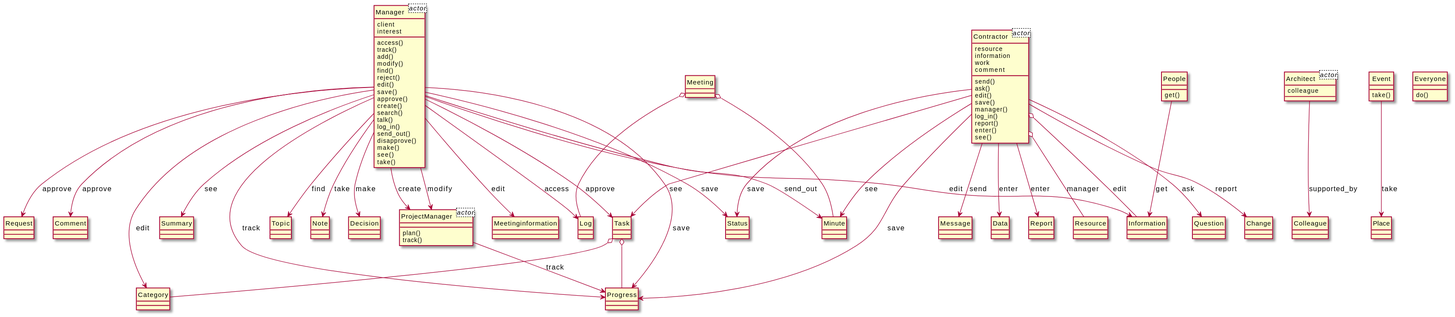
xixixhalu/DomainModelExtractor keeps this PlantUML diagram as output/diagram_5/2015-USC-Project06.svg. Above is the earlier version.
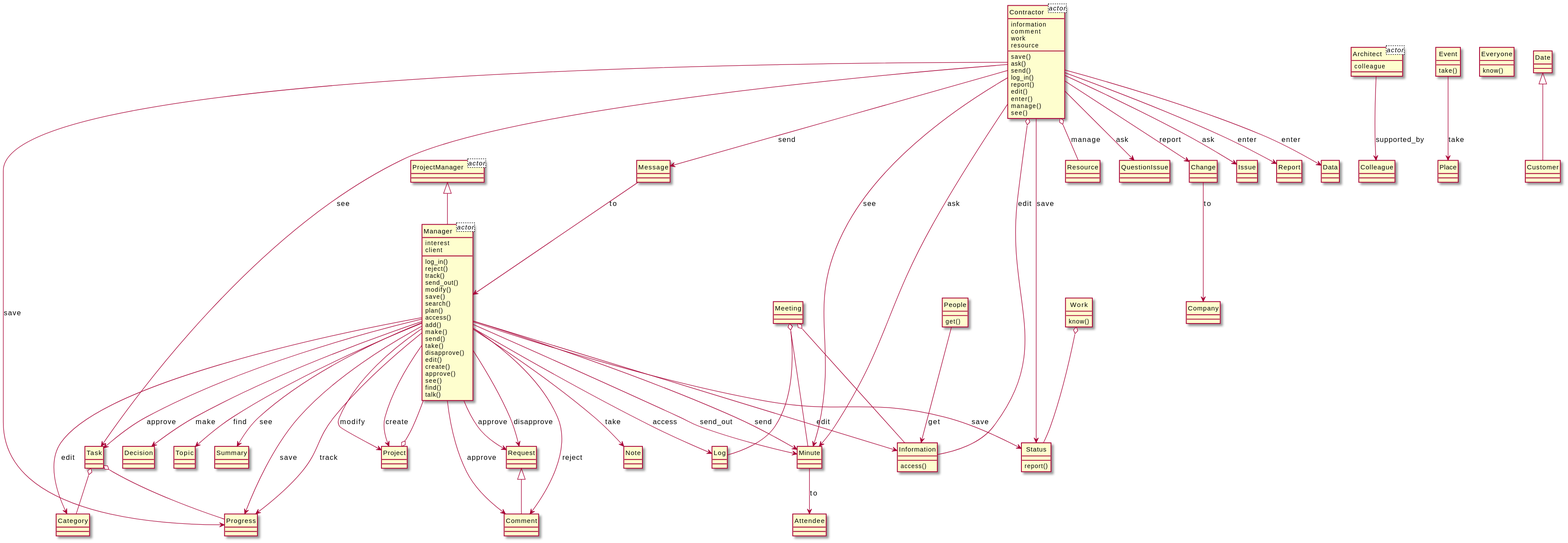
The same file after the commit.

The edit, as a diff of the source:
```diff
@@ -1,14 +1,14 @@
 @startuml
 hide circle
 class Manager<actor> {
+	interest
 	client
-	interest
 }
 class Contractor<actor> {
+	information
+	comment
+	work
 	resource
-	information
-	work
-	comment
 }
 class Architect<actor> {
 	colleague
@@ -21,58 +21,61 @@
 }
 class Log {
 }
+class Contractor {
+	save()
+	ask()
+	send()
+	log_in()
+	report()
+	edit()
+	enter()
+	manage()
+	see()
+}
 class Minute {
 }
-class Contractor {
+class Manager {
+	log_in()
+	reject()
+	track()
+	send_out()
+	modify()
+	save()
+	search()
+	plan()
+	access()
+	add()
+	make()
 	send()
-	ask()
+	take()
+	disapprove()
 	edit()
-	save()
-	manager()
-	log_in()
-	report()
-	enter()
+	create()
+	approve()
 	see()
+	find()
+	talk()
 }
-class Report {
+class Project {
 }
-class Manager {
+class People {
+	get()
+}
+class Information {
 	access()
-	track()
-	add()
-	modify()
-	find()
-	reject()
-	edit()
-	save()
-	approve()
-	create()
-	search()
-	talk()
-	log_in()
-	send_out()
-	disapprove()
-	make()
-	see()
-	take()
-}
-class Summary {
-}
-class ProjectManager {
-	plan()
-	track()
 }
 class Progress {
 }
-class Resource {
-}
 class Task {
 }
-class Question {
+class Request {
 }
-class Topic {
+class Comment {
 }
 class Status {
+	report()
+}
+class Resource {
 }
 class Event {
 	take()
@@ -83,64 +86,88 @@
 }
 class Decision {
 }
-class Information {
+class Work {
+	know()
 }
-class Meetinginformation {
+class Message {
 }
-class Everyone {
-	do()
+class QuestionIssue {
 }
 class Change {
 }
-class Request {
+class Issue {
 }
-class People {
-	get()
+class Report {
 }
-class Message {
+class Topic {
 }
-class Comment {
+class Summary {
+}
+class Everyone {
+	know()
 }
 class Data {
+}
+class Attendee {
+}
+class Company {
+}
+class Date {
+}
+class Customer {
 }
 class Architect {
 }
 class Colleague {
 }
-Manager --> ProjectManager : modify
-Manager --> ProjectManager : create
+class ProjectManager {
+}
+Manager --> Project : modify
+Manager --> Information : edit
+Meeting o-- Log
+Manager --> Request : approve
+Task o-- Category
+People --> Information : get
+Manager --> Topic : find
+Task o-- Progress
+Manager --> Decision : make
+Architect --> Colleague : supported_by
 Manager --> Progress : save
-ProjectManager --> Progress : track
+Manager --> Summary : see
+Manager --> Status : save
+Manager --> Minute : send_out
+Manager --> Category : edit
+Contractor --> Task : see
+ProjectManager <|-- Manager
+Manager --> Log : access
+Manager --> Comment : reject
+Manager --> Progress : track
+Manager --> Task : approve
+Project o-- Manager
+Contractor --> Data : enter
+Contractor --> Message : send
+Meeting o-- Information
+Meeting o-- Minute
+Manager --> Request : disapprove
+Contractor --> QuestionIssue : ask
+Request <|-- Comment
+Message --> Manager : to
+Manager --> Comment : approve
+Contractor --> Change : report
+Minute --> Attendee : to
+Contractor o-- Information : edit
+Contractor --> Status : save
+Contractor --> Progress : save
+Change --> Company : to
+Contractor --> Minute : ask
+Contractor o-- Resource : manage
+Contractor --> Minute : see
+Manager --> Note : take
+Contractor --> Issue : ask
+Work o-- Status
+Date <|-- Customer
+Manager --> Project : create
 Contractor --> Report : enter
-Manager --> Information : edit
-Manager --> Comment : approve
-Contractor o-- Resource : manager
-Contractor o-- Information : edit
-Contractor --> Progress : save
-Contractor --> Data : enter
-Architect --> Colleague : supported_by
-Contractor --> Minute : see
-Manager --> Meetinginformation : edit
-Manager --> Task : approve
-Manager --> Progress : track
-Task o-- Progress
-Contractor --> Change : report
-Task o-- Category
-Contractor --> Question : ask
-Meeting o-- Log
-Manager --> Category : edit
-Meeting o-- Minute
-Manager --> Topic : find
-Manager --> Log : access
-Manager --> Status : save
-Manager --> Request : approve
-Manager --> Minute : send_out
-People --> Information : get
-Contractor --> Status : save
 Event --> Place : take
-Contractor --> Message : send
-Manager --> Note : take
-Contractor --> Task : see
-Manager --> Decision : make
-Manager --> Summary : see
+Manager --> Minute : send
 @enduml
```
